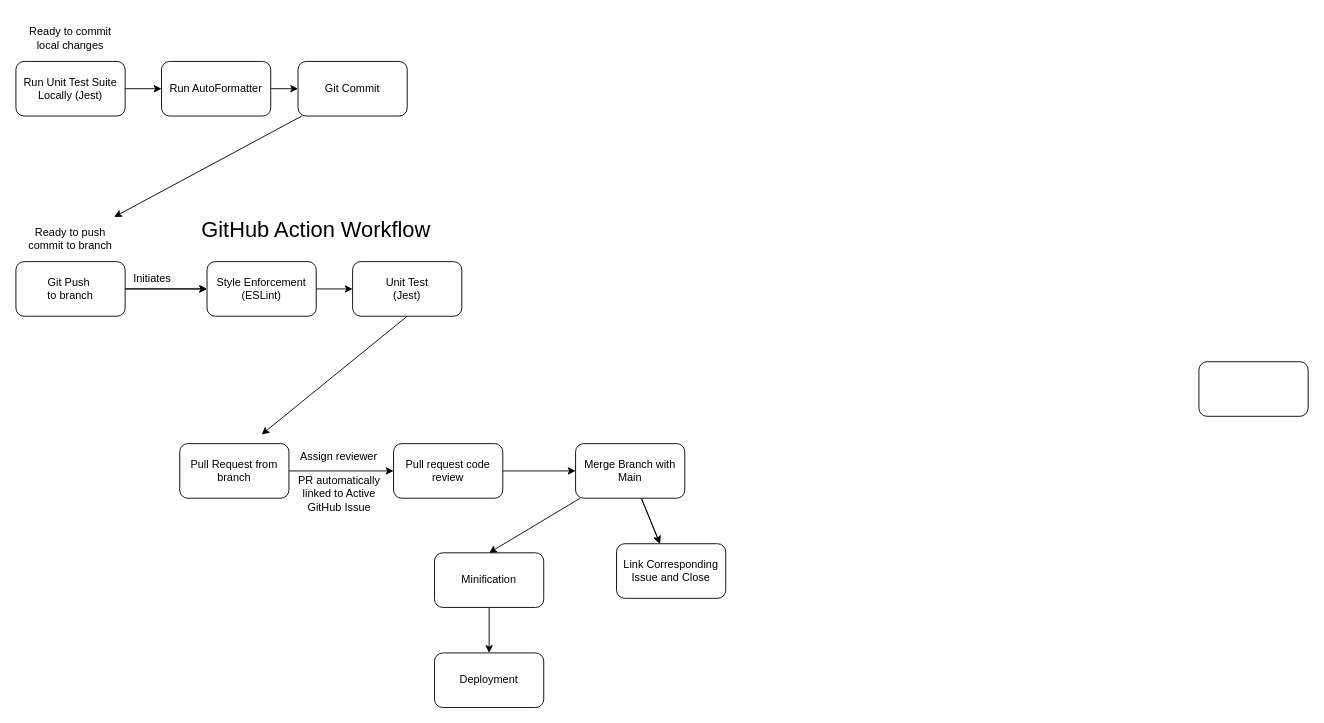
Above: admin/cipipeline/phase1.drawio in cse110-sp23-group27/cse110-sp23-group27 (draw.io), before the change. Source tidied: cells renumbered, new cells numbered last; positions are measured from the earlier drawing's top-left corner, leaving out a move shared by most shapes. Both pictures are drawn from the tidied source at 91%, with x=0, y=0 at pixel (15, 15).
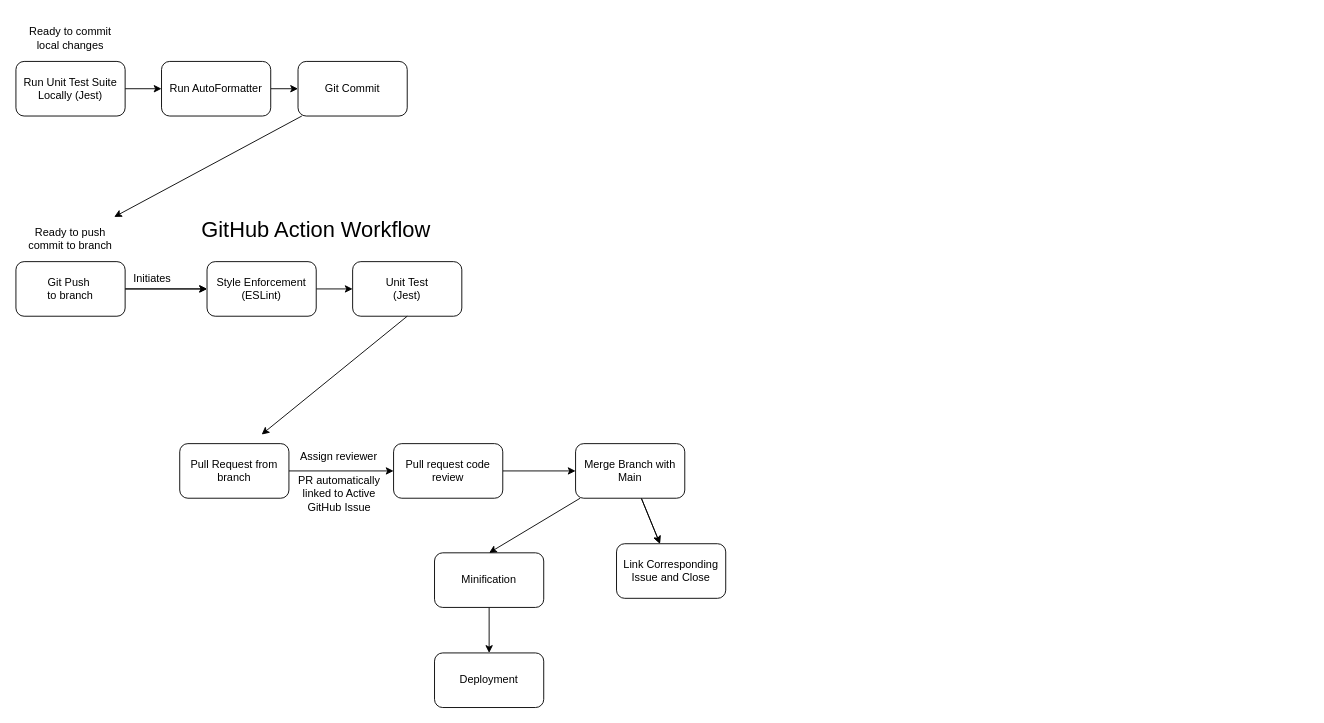
Above is the later version.

Commit message (it also covers changes not shown here):
Minor formatting change to phase 1 CI/CD pipeline diagram

Diff of the diagram source:
```diff
@@
-    <mxCell id="8" style="whiteSpace=wrap;html=1;rounded=1;" parent="1" vertex="1">
-      <mxGeometry x="1300" y="380" width="120" height="60" as="geometry" />
-    </mxCell>
```
